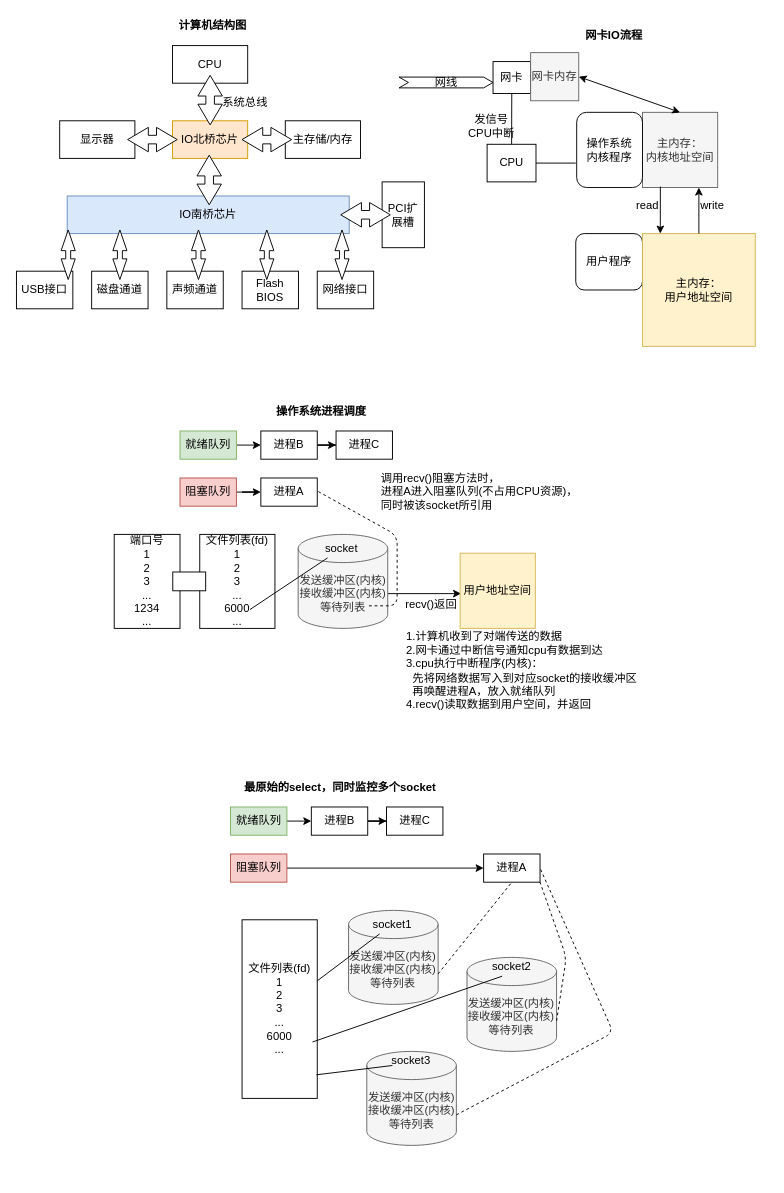
Above: epoll.drawio in xuelei20/drawio (draw.io), before the change. Source tidied: cells renumbered, new cells numbered last; positions are measured from the earlier drawing's top-left corner, leaving out a move shared by most shapes. Both pictures are drawn from the tidied source at 94%, with x=0, y=0 at pixel (16, 16).
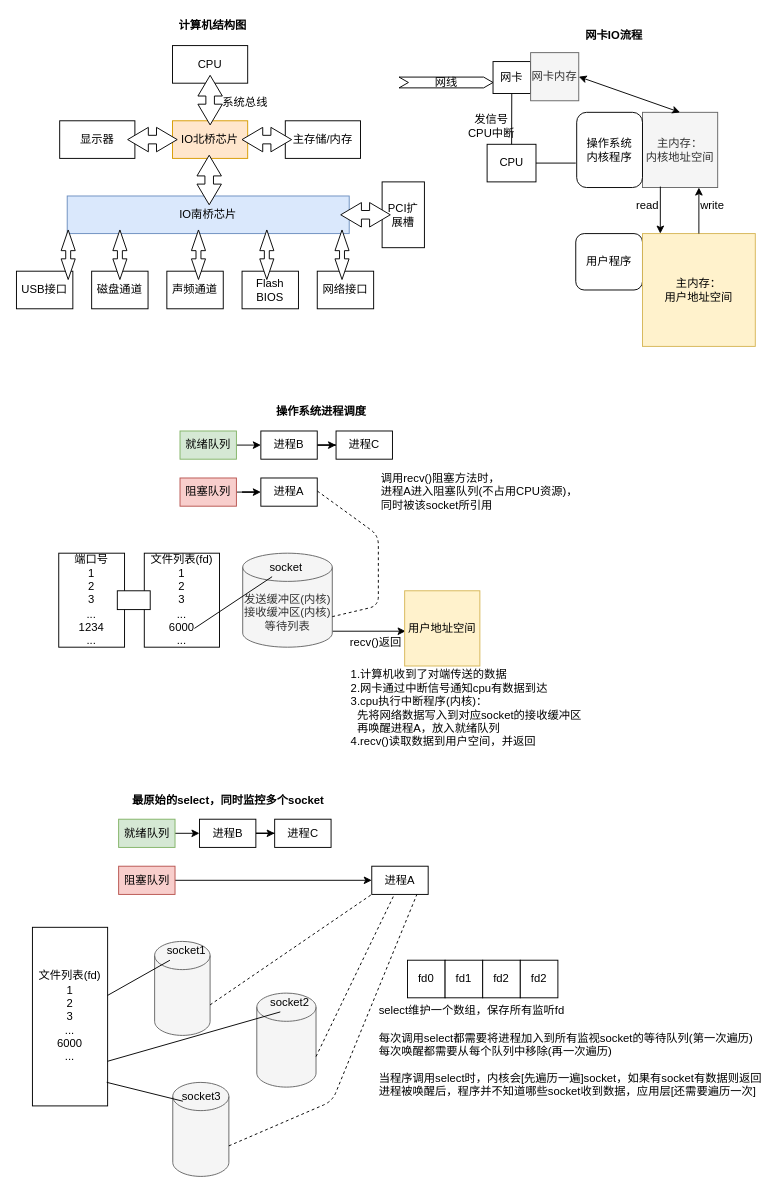
Above is the later version.

What changed in the source:
```diff
@@
     <mxCell id="49" value="文件列表(fd)&lt;br&gt;1&lt;br&gt;2&lt;br&gt;3&lt;br&gt;...&lt;br&gt;6000&lt;br&gt;..." style="whiteSpace=wrap;html=1;" parent="1" vertex="1">
-      <mxGeometry x="195" y="551" width="80" height="100" as="geometry" />
+      <mxGeometry x="136" y="571" width="80" height="100" as="geometry" />
     </mxCell>
     <mxCell id="50" style="edgeStyle=orthogonalEdgeStyle;rounded=0;orthogonalLoop=1;jettySize=auto;html=1;" parent="1" edge="1">
       <mxGeometry relative="1" as="geometry">
-        <mxPoint x="395" y="614" as="sourcePoint" />
-        <mxPoint x="473" y="614" as="targetPoint" />
+        <mxPoint x="336" y="654" as="sourcePoint" />
+        <mxPoint x="414" y="654" as="targetPoint" />
       </mxGeometry>
     </mxCell>
     <mxCell id="51" value="发送缓冲区(内核)&lt;br&gt;接收缓冲区(内核)&lt;br&gt;等待列表" style="shape=cylinder3;whiteSpace=wrap;html=1;boundedLbl=1;backgroundOutline=1;size=15;align=center;fillColor=#f5f5f5;strokeColor=#666666;fontColor=#333333;" parent="1" vertex="1">
-      <mxGeometry x="299.7" y="551" width="95.3" height="100" as="geometry" />
+      <mxGeometry x="240.7" y="571" width="95.3" height="100" as="geometry" />
     </mxCell>
-    <mxCell id="52" style="endArrow=none;dashed=1;html=1;entryX=1;entryY=0.75;entryDx=0;entryDy=0;" parent="1" edge="1">
+    <mxCell id="52" style="endArrow=none;dashed=1;html=1;entryX=1;entryY=0.75;entryDx=0;entryDy=0;exitX=1;exitY=0;exitDx=0;exitDy=67.5;exitPerimeter=0;" parent="1" edge="1" source="51">
       <mxGeometry relative="1" as="geometry">
-        <mxPoint x="375" y="627" as="sourcePoint" />
         <mxPoint x="320" y="504.8" as="targetPoint" />
         <Array as="points">
-          <mxPoint x="405" y="627" />
-          <mxPoint x="405" y="552.2" />
+          <mxPoint x="385" y="627" />
+          <mxPoint x="385" y="552" />
         </Array>
       </mxGeometry>
     </mxCell>
     <mxCell id="53" value="socket" style="text;html=1;strokeColor=none;fillColor=none;align=center;verticalAlign=middle;whiteSpace=wrap;rounded=0;" parent="1" vertex="1">
-      <mxGeometry x="326" y="556" width="40" height="20" as="geometry" />
+      <mxGeometry x="267" y="576" width="40" height="20" as="geometry" />
     </mxCell>
@@
     <mxCell id="56" value="1.计算机收到了对端传送的数据&lt;br&gt;2.网卡通过中断信号通知cpu有数据到达&lt;br&gt;3.cpu执行中断程序(内核)：&lt;br&gt;&amp;nbsp; 先将网络数据写入到对应socket的接收缓冲区&lt;br&gt;&amp;nbsp; 再唤醒进程A，放入就绪队列&lt;br&gt;4.recv()读取数据到用户空间，并返回" style="text;html=1;align=left;verticalAlign=middle;" parent="1" vertex="1">
-      <mxGeometry x="412.7" y="651" width="260" height="90" as="geometry" />
+      <mxGeometry x="353.7" y="691" width="260" height="90" as="geometry" />
     </mxCell>
     <mxCell id="57" value="用户地址空间" style="whiteSpace=wrap;html=1;fillColor=#fff2cc;strokeColor=#d6b656;" parent="1" vertex="1">
-      <mxGeometry x="472" y="571" width="80" height="80" as="geometry" />
+      <mxGeometry x="413" y="611" width="80" height="80" as="geometry" />
     </mxCell>
     <mxCell id="58" value="recv()返回" style="text;html=1;align=center;verticalAlign=middle;" parent="1" vertex="1">
-      <mxGeometry x="406" y="616" width="70" height="20" as="geometry" />
+      <mxGeometry x="347" y="656" width="70" height="20" as="geometry" />
     </mxCell>
@@
     <mxCell id="61" value="端口号&lt;br&gt;1&lt;br&gt;2&lt;br&gt;3&lt;br&gt;...&lt;br&gt;1234&lt;br&gt;..." style="whiteSpace=wrap;html=1;" parent="1" vertex="1">
-      <mxGeometry x="104" y="551" width="70" height="100" as="geometry" />
+      <mxGeometry x="45" y="571" width="70" height="100" as="geometry" />
     </mxCell>
     <mxCell id="62" style="rounded=0;whiteSpace=wrap;html=1;align=left;" parent="1" vertex="1">
-      <mxGeometry x="166.3" y="591" width="35" height="20" as="geometry" />
+      <mxGeometry x="107.3" y="611" width="35" height="20" as="geometry" />
     </mxCell>
     <mxCell id="63" style="edgeStyle=orthogonalEdgeStyle;rounded=0;jettySize=auto;html=1;entryX=0;entryY=0.5;entryDx=0;entryDy=0;" parent="1" edge="1" source="64">
       <mxGeometry relative="1" as="geometry">
-        <mxPoint x="313.7" y="856" as="targetPoint" />
+        <mxPoint x="194.7" y="869" as="targetPoint" />
       </mxGeometry>
     </mxCell>
     <mxCell id="64" value="就绪队列" style="whiteSpace=wrap;html=1;fillColor=#d5e8d4;strokeColor=#82b366;" parent="1" vertex="1">
-      <mxGeometry x="227.7" y="841" width="60" height="30" as="geometry" />
+      <mxGeometry x="108.7" y="854" width="60" height="30" as="geometry" />
     </mxCell>
@@
     <mxCell id="66" value="进程B" style="whiteSpace=wrap;html=1;" parent="1" vertex="1">
-      <mxGeometry x="313.7" y="841" width="60" height="30" as="geometry" />
+      <mxGeometry x="194.7" y="854" width="60" height="30" as="geometry" />
     </mxCell>
     <mxCell id="67" value="进程C" style="whiteSpace=wrap;html=1;" parent="1" vertex="1">
-      <mxGeometry x="393.7" y="841" width="60" height="30" as="geometry" />
+      <mxGeometry x="274.7" y="854" width="60" height="30" as="geometry" />
     </mxCell>
@@
     <mxCell id="69" value="阻塞队列" style="whiteSpace=wrap;html=1;fillColor=#f8cecc;strokeColor=#b85450;" parent="1" vertex="1">
-      <mxGeometry x="227.7" y="891" width="60" height="30" as="geometry" />
+      <mxGeometry x="108.7" y="904" width="60" height="30" as="geometry" />
     </mxCell>
     <mxCell id="70" value="进程A" style="whiteSpace=wrap;html=1;" parent="1" vertex="1">
-      <mxGeometry x="497" y="891" width="60" height="30" as="geometry" />
+      <mxGeometry x="378" y="904" width="60" height="30" as="geometry" />
     </mxCell>
     <mxCell id="71" value="文件列表(fd)&lt;br&gt;1&lt;br&gt;2&lt;br&gt;3&lt;br&gt;...&lt;br&gt;6000&lt;br&gt;..." style="whiteSpace=wrap;html=1;" parent="1" vertex="1">
-      <mxGeometry x="240" y="961" width="80" height="190" as="geometry" />
+      <mxGeometry x="17" y="969" width="80" height="190" as="geometry" />
     </mxCell>
-    <mxCell id="72" value="发送缓冲区(内核)&lt;br&gt;接收缓冲区(内核)&lt;br&gt;等待列表" style="shape=cylinder3;whiteSpace=wrap;html=1;boundedLbl=1;backgroundOutline=1;size=15;align=center;fillColor=#f5f5f5;strokeColor=#666666;fontColor=#333333;" parent="1" vertex="1">
-      <mxGeometry x="353.3" y="951" width="95.3" height="100" as="geometry" />
+    <mxCell id="72" style="shape=cylinder3;whiteSpace=wrap;html=1;boundedLbl=1;backgroundOutline=1;size=15;align=center;fillColor=#f5f5f5;strokeColor=#666666;fontColor=#333333;" parent="1" vertex="1">
+      <mxGeometry x="147" y="984" width="59" height="100" as="geometry" />
     </mxCell>
     <mxCell id="73" value="socket1" style="text;html=1;strokeColor=none;fillColor=none;align=center;verticalAlign=middle;whiteSpace=wrap;rounded=0;" parent="1" vertex="1">
-      <mxGeometry x="379.7" y="956" width="40" height="20" as="geometry" />
+      <mxGeometry x="161" y="984" width="40" height="20" as="geometry" />
     </mxCell>
@@
     <mxCell id="75" value="最原始的select，同时监控多个socket" style="text;html=1;align=center;verticalAlign=middle;fontStyle=1;" parent="1" vertex="1">
-      <mxGeometry x="233.7" y="811" width="220" height="20" as="geometry" />
+      <mxGeometry x="114.7" y="824" width="220" height="20" as="geometry" />
     </mxCell>
-    <mxCell id="76" value="发送缓冲区(内核)&lt;br&gt;接收缓冲区(内核)&lt;br&gt;等待列表" style="shape=cylinder3;whiteSpace=wrap;html=1;boundedLbl=1;backgroundOutline=1;size=15;align=center;fillColor=#f5f5f5;strokeColor=#666666;fontColor=#333333;" parent="1" vertex="1">
-      <mxGeometry x="479.3" y="1001" width="95.3" height="100" as="geometry" />
+    <mxCell id="76" style="shape=cylinder3;whiteSpace=wrap;html=1;boundedLbl=1;backgroundOutline=1;size=15;align=center;fillColor=#f5f5f5;strokeColor=#666666;fontColor=#333333;" parent="1" vertex="1">
+      <mxGeometry x="255.7" y="1039" width="63" height="100" as="geometry" />
     </mxCell>
-    <mxCell id="77" value="发送缓冲区(内核)&lt;br&gt;接收缓冲区(内核)&lt;br&gt;等待列表" style="shape=cylinder3;whiteSpace=wrap;html=1;boundedLbl=1;backgroundOutline=1;size=15;align=center;fillColor=#f5f5f5;strokeColor=#666666;fontColor=#333333;" parent="1" vertex="1">
-      <mxGeometry x="372.7" y="1101" width="95.3" height="100" as="geometry" />
+    <mxCell id="77" style="shape=cylinder3;whiteSpace=wrap;html=1;boundedLbl=1;backgroundOutline=1;size=15;align=center;fillColor=#f5f5f5;strokeColor=#666666;fontColor=#333333;" parent="1" vertex="1">
+      <mxGeometry x="166.3" y="1134" width="59.7" height="100" as="geometry" />
     </mxCell>
     <mxCell id="78" value="socket2" style="text;html=1;strokeColor=none;fillColor=none;align=center;verticalAlign=middle;whiteSpace=wrap;rounded=0;" parent="1" vertex="1">
-      <mxGeometry x="506.7" y="1001" width="40" height="20" as="geometry" />
+      <mxGeometry x="270.7" y="1039" width="40" height="20" as="geometry" />
     </mxCell>
     <mxCell id="79" value="socket3" style="text;html=1;strokeColor=none;fillColor=none;align=center;verticalAlign=middle;whiteSpace=wrap;rounded=0;" parent="1" vertex="1">
-      <mxGeometry x="400" y="1101" width="40" height="20" as="geometry" />
+      <mxGeometry x="177" y="1139" width="40" height="20" as="geometry" />
     </mxCell>
-    <mxCell id="80" style="endArrow=none;html=1;entryX=0.25;entryY=1;entryDx=0;entryDy=0;" parent="1" edge="1" target="78">
-      <mxGeometry relative="1" as="geometry">
-        <mxPoint x="315" y="1091" as="sourcePoint" />
-      </mxGeometry>
+    <mxCell id="80" style="endArrow=none;html=1;entryX=0.25;entryY=1;entryDx=0;entryDy=0;exitX=1;exitY=0.75;exitDx=0;exitDy=0;" parent="1" edge="1" source="71" target="78">
+      <mxGeometry relative="1" as="geometry" />
     </mxCell>
@@
-    <mxCell id="82" style="endArrow=none;dashed=1;html=1;entryX=0.5;entryY=1;entryDx=0;entryDy=0;exitX=1;exitY=0;exitDx=0;exitDy=67.5;exitPerimeter=0;" parent="1" edge="1" source="72" target="70">
+    <mxCell id="82" style="endArrow=none;dashed=1;html=1;entryX=0;entryY=1;entryDx=0;entryDy=0;exitX=1;exitY=0;exitDx=0;exitDy=67.5;exitPerimeter=0;" parent="1" edge="1" source="72" target="70">
       <mxGeometry relative="1" as="geometry" />
     </mxCell>
-    <mxCell id="83" style="endArrow=none;dashed=1;html=1;entryX=1;entryY=1;entryDx=0;entryDy=0;exitX=1;exitY=0;exitDx=0;exitDy=67.5;exitPerimeter=0;" parent="1" edge="1" source="76" target="70">
-      <mxGeometry relative="1" as="geometry">
-        <Array as="points">
-          <mxPoint x="585" y="1001" />
-        </Array>
-      </mxGeometry>
+    <mxCell id="83" style="endArrow=none;dashed=1;html=1;entryX=0.4;entryY=1;entryDx=0;entryDy=0;exitX=1;exitY=0;exitDx=0;exitDy=67.5;exitPerimeter=0;entryPerimeter=0;" parent="1" edge="1" source="76" target="70">
+      <mxGeometry relative="1" as="geometry" />
     </mxCell>
-    <mxCell id="84" style="endArrow=none;dashed=1;html=1;exitX=1;exitY=0;exitDx=0;exitDy=67.5;exitPerimeter=0;entryX=1;entryY=0.5;entryDx=0;entryDy=0;" parent="1" edge="1" source="77" target="70">
+    <mxCell id="84" style="endArrow=none;dashed=1;html=1;exitX=1;exitY=0;exitDx=0;exitDy=67.5;exitPerimeter=0;" parent="1" edge="1" source="77">
       <mxGeometry relative="1" as="geometry">
+        <mxPoint x="426" y="934" as="targetPoint" />
         <Array as="points">
-          <mxPoint x="635" y="1081" />
+          <mxPoint x="336" y="1154" />
         </Array>
       </mxGeometry>
     </mxCell>
+    <mxCell id="85" value="fd0" style="rounded=0;whiteSpace=wrap;html=1;" parent="1" vertex="1">
+      <mxGeometry x="416" y="1004" width="40" height="40" as="geometry" />
+    </mxCell>
+    <mxCell id="86" value="fd1" style="rounded=0;whiteSpace=wrap;html=1;" parent="1" vertex="1">
+      <mxGeometry x="456" y="1004" width="40" height="40" as="geometry" />
+    </mxCell>
+    <mxCell id="87" value="fd2" style="rounded=0;whiteSpace=wrap;html=1;" parent="1" vertex="1">
+      <mxGeometry x="496" y="1004" width="40" height="40" as="geometry" />
+    </mxCell>
+    <mxCell id="88" value="fd2" style="rounded=0;whiteSpace=wrap;html=1;" parent="1" vertex="1">
+      <mxGeometry x="536" y="1004" width="40" height="40" as="geometry" />
+    </mxCell>
+    <mxCell id="89" value="&lt;div style=&quot;text-align: left&quot;&gt;&lt;span&gt;select维护一个数组，保存所有监听fd&lt;/span&gt;&lt;/div&gt;&lt;div style=&quot;text-align: left&quot;&gt;&lt;span&gt;&lt;br&gt;&lt;/span&gt;&lt;/div&gt;&lt;div style=&quot;text-align: left&quot;&gt;&lt;span&gt;每次调用select都需要将进程加入到所有监视socket的等待队列(第一次遍历)&lt;br&gt;&lt;/span&gt;&lt;/div&gt;&lt;div style=&quot;text-align: left&quot;&gt;&lt;span&gt;每次唤醒都需要从每个队列中移除(再一次遍历)&lt;br&gt;&lt;/span&gt;&lt;/div&gt;&lt;div style=&quot;text-align: left&quot;&gt;&lt;span&gt;&lt;br&gt;&lt;/span&gt;&lt;/div&gt;&lt;div style=&quot;text-align: left&quot;&gt;&lt;span&gt;当程序调用select时，内核会[先遍历一遍]socket，如果有socket有数据则返回&lt;br&gt;&lt;/span&gt;&lt;/div&gt;&lt;div style=&quot;text-align: left&quot;&gt;&lt;span&gt;进程被唤醒后，程序并不知道哪些socket收到数据，应用层[还需要遍历一次]&lt;br&gt;&lt;/span&gt;&lt;/div&gt;" style="text;html=1;align=center;verticalAlign=middle;" parent="1" vertex="1">
+      <mxGeometry x="379" y="1051" width="420" height="100" as="geometry" />
+    </mxCell>
```
